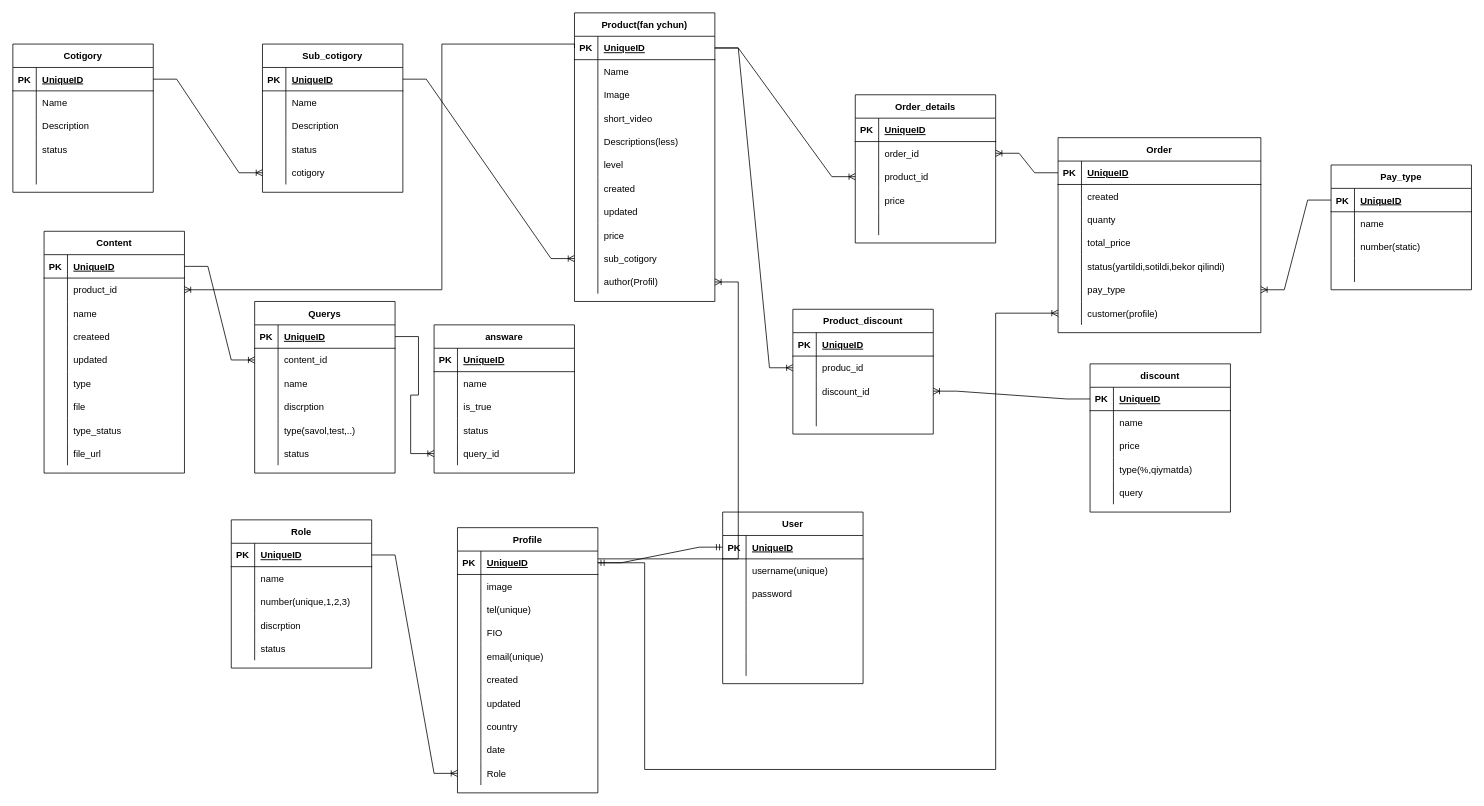
Ramziddin-ice/study_portal keeps this draw.io diagram as page "Malumotlar ombori" (1 of 3) of portal.drawio. Above is the earlier version. Source tidied: cells renumbered, new cells numbered last; positions are measured from the earlier drawing's top-left corner, leaving out a move shared by most shapes. Both pictures are drawn from the tidied source at 78%, with x=0, y=0 at pixel (12, 12).
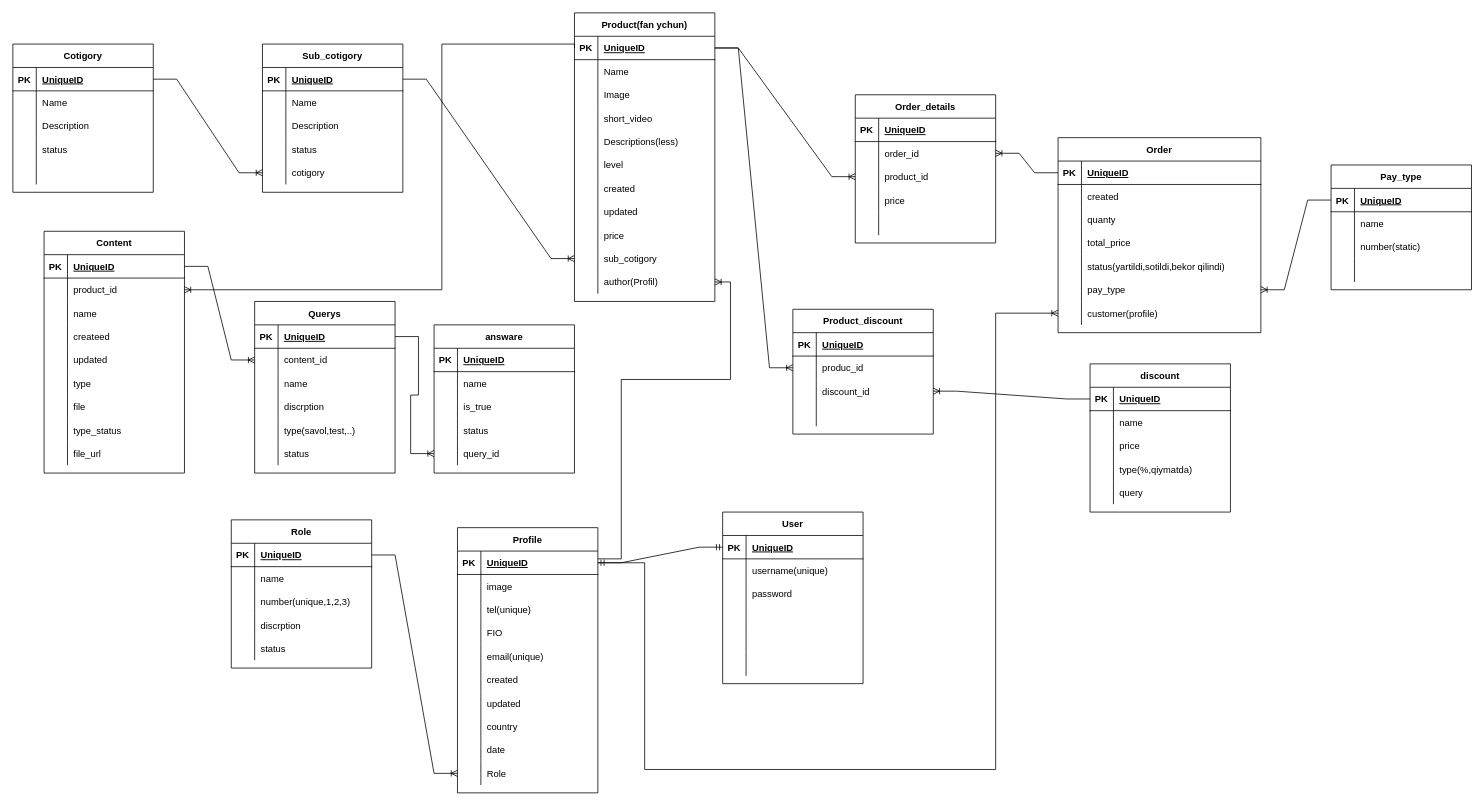
The same diagram, later.

The change refers to these unchanged cells:
```xml
<mxCell id="33" style="shape=tableRow;horizontal=0;startSize=0;swimlaneHead=0;swimlaneBody=0;fillColor=none;points=[[0,0.5],[1,0.5]];portConstraint=eastwest;top=0;left=0;right=0;bottom=0;" parent="2" vertex="1">
  <mxGeometry y="330" width="180" height="30" as="geometry" />
</mxCell>
```

Diff of the diagram source:
```diff
@@
-    <mxCell id="204" style="edgeStyle=entityRelationEdgeStyle;fontSize=12;html=1;endArrow=ERoneToMany;rounded=0;" parent="1" edge="1" target="33">
+    <mxCell id="204" style="edgeStyle=orthogonalEdgeStyle;fontSize=12;html=1;endArrow=ERoneToMany;rounded=0;" parent="1" edge="1" target="33">
       <mxGeometry relative="1" as="geometry">
         <mxPoint x="750" y="700" as="sourcePoint" />
+        <Array as="points">
+          <mxPoint x="780" y="700" />
+          <mxPoint x="780" y="470" />
+          <mxPoint x="920" y="470" />
+          <mxPoint x="920" y="345" />
+        </Array>
       </mxGeometry>
     </mxCell>
```
